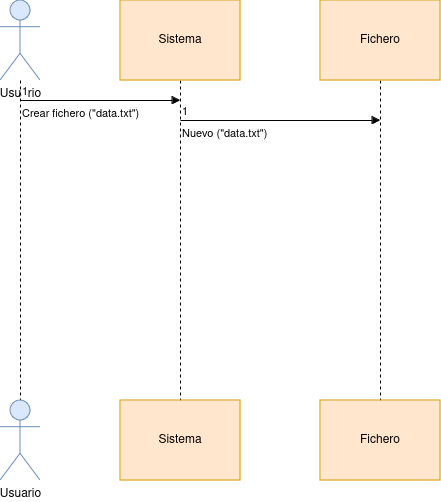
This is docs/diseno/Diagrama-de-secuencias.png from eduardosmoralesglez/Proyecto-UCAs, a draw.io export, as it was before one commit. Source tidied: cells renumbered, new cells last; positions are measured from the earlier drawing's top-left corner, leaving out a move shared by most shapes. The source it was exported from:
```xml
<mxGraphModel>
  <root>
    <mxCell id="0" />
    <mxCell id="1" parent="0" />
    <mxCell id="2" style="edgeStyle=orthogonalEdgeStyle;rounded=0;jettySize=auto;html=1;endArrow=none;startFill=0;dashed=1;" parent="1" edge="1" source="3" target="4">
      <mxGeometry relative="1" as="geometry" />
    </mxCell>
    <mxCell id="3" value="Usuario" style="shape=umlActor;verticalLabelPosition=bottom;verticalAlign=top;html=1;fillColor=#dae8fc;strokeColor=#6c8ebf;" parent="1" vertex="1">
      <mxGeometry width="40" height="80" as="geometry" />
    </mxCell>
    <mxCell id="4" value="Usuario" style="shape=umlActor;verticalLabelPosition=bottom;verticalAlign=top;html=1;fillColor=#dae8fc;strokeColor=#6c8ebf;" parent="1" vertex="1">
      <mxGeometry y="400" width="40" height="80" as="geometry" />
    </mxCell>
    <mxCell id="5" style="edgeStyle=orthogonalEdgeStyle;rounded=0;jettySize=auto;html=1;endArrow=none;startFill=0;dashed=1;" parent="1" edge="1" source="6" target="9">
      <mxGeometry relative="1" as="geometry" />
    </mxCell>
    <mxCell id="6" value="Sistema" style="html=1;whiteSpace=wrap;fillColor=#ffe6cc;strokeColor=#d79b00;" parent="1" vertex="1">
      <mxGeometry x="120" width="120" height="80" as="geometry" />
    </mxCell>
    <mxCell id="7" style="edgeStyle=orthogonalEdgeStyle;rounded=0;jettySize=auto;html=1;endArrow=none;startFill=0;dashed=1;" parent="1" edge="1" source="8" target="10">
      <mxGeometry relative="1" as="geometry" />
    </mxCell>
    <mxCell id="8" value="Fichero" style="html=1;whiteSpace=wrap;fillColor=#ffe6cc;strokeColor=#d79b00;" parent="1" vertex="1">
      <mxGeometry x="320" width="120" height="80" as="geometry" />
    </mxCell>
    <mxCell id="9" value="Sistema" style="html=1;whiteSpace=wrap;fillColor=#ffe6cc;strokeColor=#d79b00;" parent="1" vertex="1">
      <mxGeometry x="120" y="400" width="120" height="80" as="geometry" />
    </mxCell>
    <mxCell id="10" value="Fichero" style="html=1;whiteSpace=wrap;fillColor=#ffe6cc;strokeColor=#d79b00;" parent="1" vertex="1">
      <mxGeometry x="320" y="400" width="120" height="80" as="geometry" />
    </mxCell>
    <mxCell id="11" value="Crear fichero (&quot;data.txt&quot;)" style="endArrow=block;endFill=1;html=1;edgeStyle=orthogonalEdgeStyle;align=left;verticalAlign=top;rounded=0;" parent="1" edge="1">
      <mxGeometry x="-1" relative="1" as="geometry">
        <mxPoint x="20" y="100" as="sourcePoint" />
        <mxPoint x="180" y="100" as="targetPoint" />
      </mxGeometry>
    </mxCell>
    <mxCell id="12" value="1" style="edgeLabel;html=1;align=left;verticalAlign=bottom;" parent="11" vertex="1">
      <mxGeometry x="-1" relative="1" as="geometry" />
    </mxCell>
    <mxCell id="13" value="Nuevo (&quot;data.txt&quot;)" style="endArrow=block;endFill=1;html=1;edgeStyle=orthogonalEdgeStyle;align=left;verticalAlign=top;rounded=0;" parent="1" edge="1">
      <mxGeometry x="-1" relative="1" as="geometry">
        <mxPoint x="180" y="120" as="sourcePoint" />
        <mxPoint x="380" y="120" as="targetPoint" />
      </mxGeometry>
    </mxCell>
    <mxCell id="14" value="1" style="edgeLabel;html=1;align=left;verticalAlign=bottom;" parent="13" vertex="1">
      <mxGeometry x="-1" relative="1" as="geometry" />
    </mxCell>
  </root>
</mxGraphModel>
```
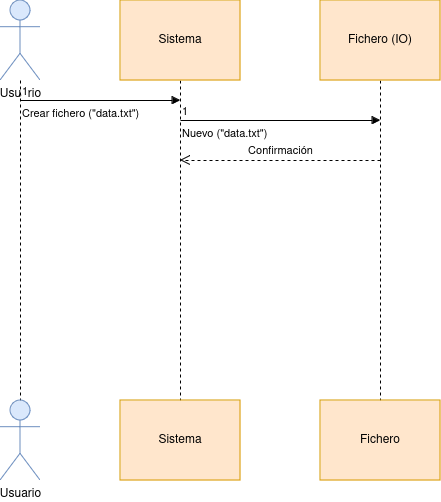
The same file after the commit.

The edit, as a diff of the source:
```diff
@@ -20,7 +20,7 @@
     <mxCell id="7" style="edgeStyle=orthogonalEdgeStyle;rounded=0;jettySize=auto;html=1;endArrow=none;startFill=0;dashed=1;" parent="1" edge="1" source="8" target="10">
       <mxGeometry relative="1" as="geometry" />
     </mxCell>
-    <mxCell id="8" value="Fichero" style="html=1;whiteSpace=wrap;fillColor=#ffe6cc;strokeColor=#d79b00;" parent="1" vertex="1">
+    <mxCell id="8" value="Fichero (IO)" style="html=1;whiteSpace=wrap;fillColor=#ffe6cc;strokeColor=#d79b00;" parent="1" vertex="1">
       <mxGeometry x="320" width="120" height="80" as="geometry" />
     </mxCell>
     <mxCell id="9" value="Sistema" style="html=1;whiteSpace=wrap;fillColor=#ffe6cc;strokeColor=#d79b00;" parent="1" vertex="1">
@@ -47,5 +47,11 @@
     <mxCell id="14" value="1" style="edgeLabel;html=1;align=left;verticalAlign=bottom;" parent="13" vertex="1">
       <mxGeometry x="-1" relative="1" as="geometry" />
     </mxCell>
+    <mxCell id="15" value="Confirmación" style="html=1;verticalAlign=bottom;endArrow=open;dashed=1;endSize=8;curved=0;rounded=0;" parent="1" edge="1">
+      <mxGeometry relative="1" as="geometry">
+        <mxPoint x="380" y="160" as="sourcePoint" />
+        <mxPoint x="180" y="160" as="targetPoint" />
+      </mxGeometry>
+    </mxCell>
   </root>
 </mxGraphModel>
```
